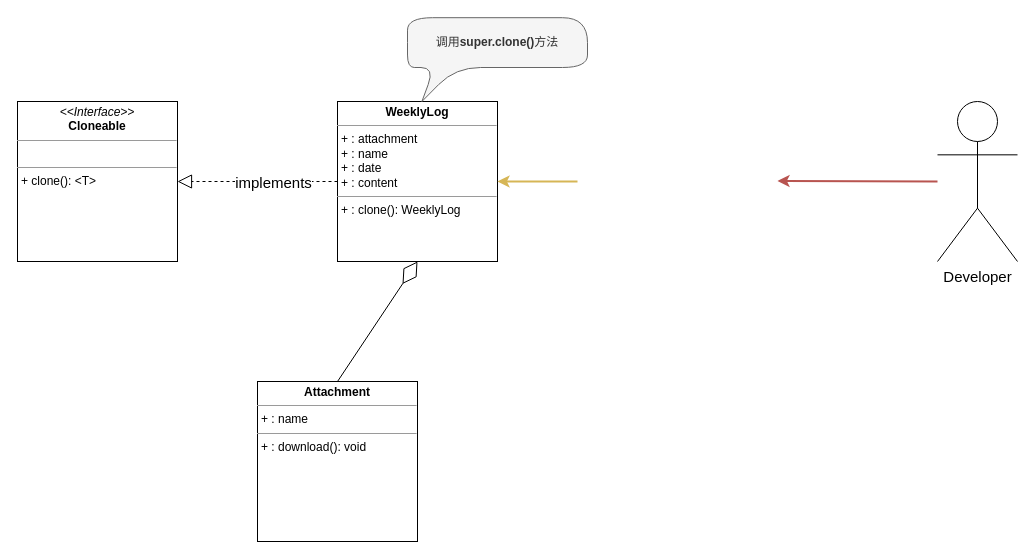
Above: page "浅克隆" (1 of 2) of typora/设计模式/uml/原型模式/原型模式.drawio in LDChing0321/JavaLearn (draw.io), before the change. Source tidied: cells renumbered, new cells numbered last; positions are measured from the earlier drawing's top-left corner, leaving out a move shared by most shapes. Both pictures are drawn from the tidied source at 100%, with x=0, y=0 at pixel (17, 17).
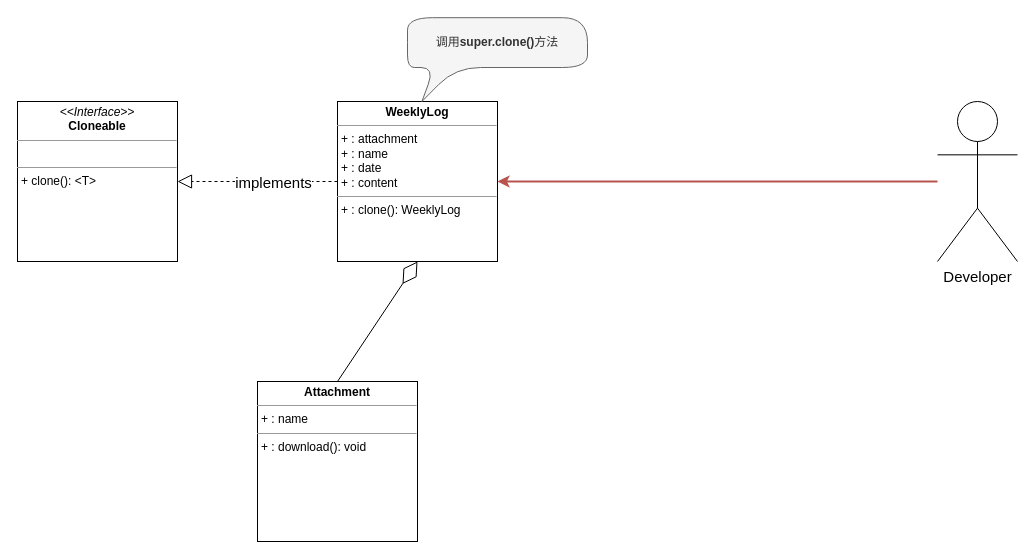
After the change.

Change to the diagram source:
```diff
@@
 <mxGraphModel>
   <root>
     <mxCell id="0" />
     <mxCell id="1" parent="0" />
     <mxCell id="2" value="&lt;p style=&quot;margin:0px;margin-top:4px;text-align:center;&quot;&gt;&lt;i&gt;&amp;lt;&amp;lt;Interface&amp;gt;&amp;gt;&lt;/i&gt;&lt;br&gt;&lt;b&gt;Cloneable&lt;/b&gt;&lt;/p&gt;&lt;hr size=&quot;1&quot;&gt;&lt;p style=&quot;margin:0px;margin-left:4px;&quot;&gt;&lt;br&gt;&lt;/p&gt;&lt;hr size=&quot;1&quot;&gt;&lt;p style=&quot;margin:0px;margin-left:4px;&quot;&gt;+ clone(): &amp;lt;T&amp;gt;&lt;/p&gt;" style="verticalAlign=top;align=left;overflow=fill;fontSize=12;fontFamily=Helvetica;html=1;" parent="1" vertex="1">
       <mxGeometry y="84" width="160" height="160" as="geometry" />
     </mxCell>
     <mxCell id="3" value="&lt;p style=&quot;margin:0px;margin-top:4px;text-align:center;&quot;&gt;&lt;b&gt;WeeklyLog&lt;/b&gt;&lt;br&gt;&lt;/p&gt;&lt;hr size=&quot;1&quot;&gt;&lt;p style=&quot;margin:0px;margin-left:4px;&quot;&gt;+ : attachment&lt;/p&gt;&lt;p style=&quot;margin:0px;margin-left:4px;&quot;&gt;+ : name&lt;br&gt;&lt;/p&gt;&lt;p style=&quot;margin:0px;margin-left:4px;&quot;&gt;+ : date&lt;br&gt;&lt;/p&gt;&lt;p style=&quot;margin:0px;margin-left:4px;&quot;&gt;+ : content&lt;/p&gt;&lt;hr size=&quot;1&quot;&gt;&lt;p style=&quot;margin:0px;margin-left:4px;&quot;&gt;+ : clone(): WeeklyLog&lt;/p&gt;" style="verticalAlign=top;align=left;overflow=fill;fontSize=12;fontFamily=Helvetica;html=1;" parent="1" vertex="1">
       <mxGeometry x="320" y="84" width="160" height="160" as="geometry" />
     </mxCell>
     <mxCell id="4" style="endArrow=block;dashed=1;endFill=0;endSize=12;html=1;rounded=0;exitX=0;exitY=0.5;exitDx=0;exitDy=0;entryX=1;entryY=0.5;entryDx=0;entryDy=0;" parent="1" edge="1" source="3" target="2">
       <mxGeometry relative="1" as="geometry" />
     </mxCell>
     <mxCell id="5" value="implements" style="edgeLabel;html=1;align=center;verticalAlign=middle;fontSize=15;" parent="4" vertex="1">
       <mxGeometry x="-0.29" y="-2" relative="1" as="geometry">
         <mxPoint x="-8" y="2" as="offset" />
       </mxGeometry>
     </mxCell>
-    <mxCell id="6" style="edgeStyle=none;rounded=0;jettySize=auto;html=1;exitX=0;exitY=0.5;exitDx=0;exitDy=0;entryX=1;entryY=0.5;entryDx=0;entryDy=0;fontSize=15;fillColor=#fff2cc;strokeColor=#d6b656;strokeWidth=2;" parent="1" edge="1" target="3">
-      <mxGeometry relative="1" as="geometry">
-        <mxPoint x="560" y="164" as="sourcePoint" />
-      </mxGeometry>
-    </mxCell>
     <mxCell id="7" value="Developer" style="shape=umlActor;verticalLabelPosition=bottom;verticalAlign=top;html=1;fontSize=15;" parent="1" vertex="1">
       <mxGeometry x="920" y="84" width="80" height="160" as="geometry" />
     </mxCell>
-    <mxCell id="8" style="edgeStyle=none;rounded=0;jettySize=auto;html=1;entryX=1;entryY=0.5;entryDx=0;entryDy=0;fontSize=15;fillColor=#f8cecc;strokeColor=#b85450;strokeWidth=2;" parent="1" edge="1" source="7">
-      <mxGeometry relative="1" as="geometry">
-        <mxPoint x="760" y="163.4" as="targetPoint" />
-      </mxGeometry>
+    <mxCell id="8" style="edgeStyle=none;rounded=0;jettySize=auto;html=1;fontSize=15;fillColor=#f8cecc;strokeColor=#b85450;strokeWidth=2;entryX=1;entryY=0.5;entryDx=0;entryDy=0;" parent="1" edge="1" source="7" target="3">
+      <mxGeometry relative="1" as="geometry" />
     </mxCell>
     <mxCell id="9" value="调用&lt;b&gt;super.clone()&lt;/b&gt;方法" style="shape=callout;whiteSpace=wrap;html=1;perimeter=calloutPerimeter;position2=0.08;fillColor=#f5f5f5;fontColor=#333333;strokeColor=#666666;size=34;position=0.15;rounded=1;base=21;arcSize=50;" parent="1" vertex="1">
       <mxGeometry x="390" y="0.2" width="180" height="83.8" as="geometry" />
     </mxCell>
     <mxCell id="10" value="&lt;p style=&quot;margin:0px;margin-top:4px;text-align:center;&quot;&gt;&lt;b&gt;Attachment&lt;/b&gt;&lt;br&gt;&lt;/p&gt;&lt;hr size=&quot;1&quot;&gt;&lt;p style=&quot;margin:0px;margin-left:4px;&quot;&gt;+ : name&lt;br&gt;&lt;/p&gt;&lt;hr size=&quot;1&quot;&gt;&lt;p style=&quot;margin:0px;margin-left:4px;&quot;&gt;+ : download&lt;span style=&quot;background-color: initial;&quot;&gt;(): void&lt;/span&gt;&lt;/p&gt;" style="verticalAlign=top;align=left;overflow=fill;fontSize=12;fontFamily=Helvetica;html=1;" parent="1" vertex="1">
       <mxGeometry x="240" y="364" width="160" height="160" as="geometry" />
     </mxCell>
     <mxCell id="11" style="endArrow=diamondThin;endFill=0;endSize=24;html=1;rounded=0;exitX=0.5;exitY=0;exitDx=0;exitDy=0;entryX=0.5;entryY=1;entryDx=0;entryDy=0;" parent="1" edge="1" source="10" target="3">
       <mxGeometry relative="1" as="geometry" />
     </mxCell>
   </root>
 </mxGraphModel>
```
